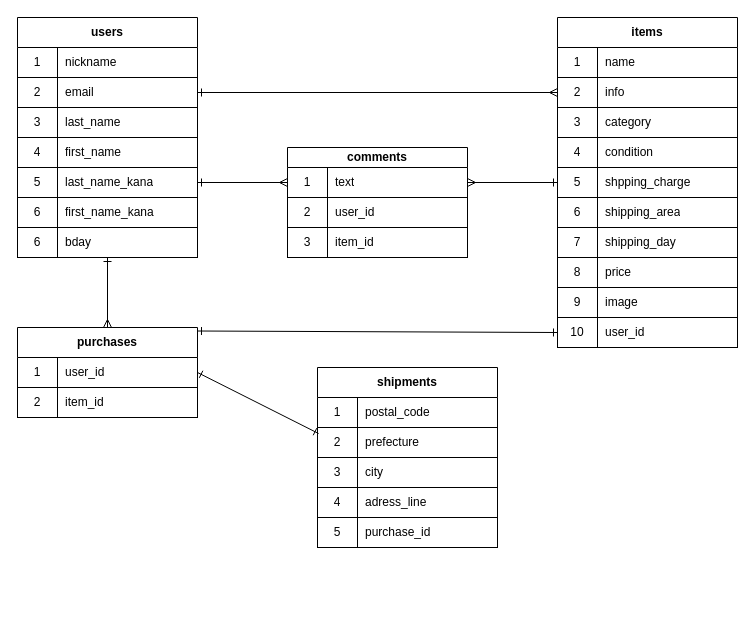
Earlier version of the draw.io diagram furima_er.drawio (yuu-a113/furima-33462). Source tidied: cells renumbered, new cells numbered last; positions are measured from the earlier drawing's top-left corner, leaving out a move shared by most shapes. Both pictures are drawn from the tidied source at 100%, with x=0, y=0 at pixel (17, 17).
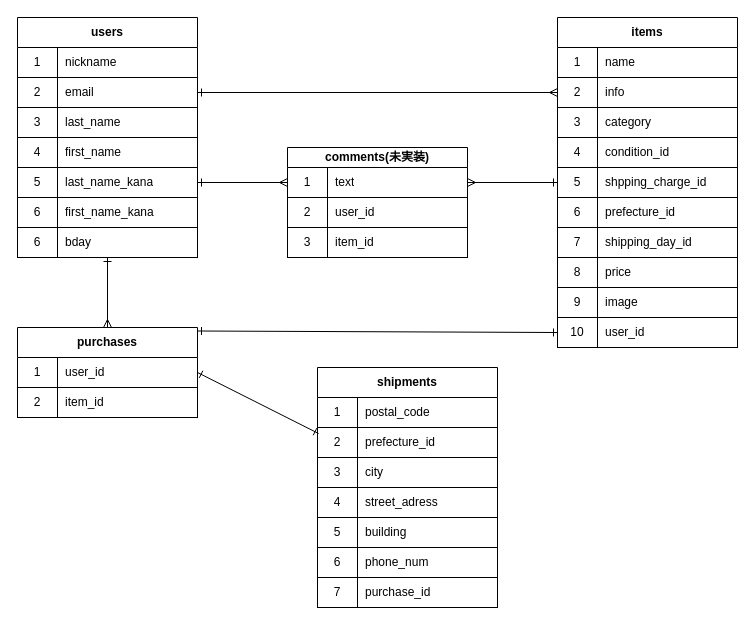
The same page after the edit.

The change refers to these unchanged cells:
```xml
<mxCell id="34" style="shape=partialRectangle;html=1;whiteSpace=wrap;fillColor=none;top=0;left=0;bottom=1;right=0;" parent="24" vertex="1">
  <mxGeometry y="120" width="180" height="30" as="geometry" />
</mxCell>
<mxCell id="37" style="shape=partialRectangle;html=1;whiteSpace=wrap;fillColor=none;top=0;left=0;bottom=1;right=0;points=[[0,0.5],[1,0.5]];portConstraint=eastwest;" parent="24" vertex="1">
  <mxGeometry y="150" width="180" height="30" as="geometry" />
</mxCell>
<mxCell id="40" style="shape=partialRectangle;html=1;whiteSpace=wrap;fillColor=none;top=0;left=0;bottom=1;right=0;" parent="24" vertex="1">
  <mxGeometry y="180" width="180" height="30" as="geometry" />
</mxCell>
<mxCell id="43" style="shape=partialRectangle;html=1;whiteSpace=wrap;fillColor=none;top=0;left=0;bottom=1;right=0;" parent="24" vertex="1">
  <mxGeometry y="210" width="180" height="30" as="geometry" />
</mxCell>
<mxCell id="66" style="shape=partialRectangle;html=1;whiteSpace=wrap;fillColor=none;top=0;left=0;bottom=1;right=0;points=[[0,0.5],[1,0.5]];portConstraint=eastwest;" parent="62" vertex="1">
  <mxGeometry y="60" width="180" height="30" as="geometry" />
</mxCell>
<mxCell id="72" style="shape=partialRectangle;html=1;whiteSpace=wrap;fillColor=none;top=0;left=0;bottom=1;right=0;" parent="62" vertex="1">
  <mxGeometry y="120" width="180" height="30" as="geometry" />
</mxCell>
<mxCell id="75" style="shape=partialRectangle;html=1;whiteSpace=wrap;fillColor=none;top=0;left=0;bottom=1;right=0;" parent="62" vertex="1">
  <mxGeometry y="150" width="180" height="30" as="geometry" />
</mxCell>
```

The edit, as a diff of the source:
```diff
@@
-    <mxCell id="36" value="condition" style="shape=partialRectangle;html=1;whiteSpace=wrap;fillColor=none;top=0;left=0;bottom=0;right=0;align=left;spacingLeft=6;overflow=hidden;" parent="34" vertex="1">
+    <mxCell id="36" value="condition_id" style="shape=partialRectangle;html=1;whiteSpace=wrap;fillColor=none;top=0;left=0;bottom=0;right=0;align=left;spacingLeft=6;overflow=hidden;" parent="34" vertex="1">
       <mxGeometry x="40" width="140" height="30" as="geometry" />
     </mxCell>
@@
-    <mxCell id="39" value="shpping_charge" style="shape=partialRectangle;html=1;whiteSpace=wrap;fillColor=none;top=0;left=0;bottom=0;right=0;align=left;spacingLeft=6;overflow=hidden;" parent="37" vertex="1">
+    <mxCell id="39" value="shpping_charge_id" style="shape=partialRectangle;html=1;whiteSpace=wrap;fillColor=none;top=0;left=0;bottom=0;right=0;align=left;spacingLeft=6;overflow=hidden;" parent="37" vertex="1">
       <mxGeometry x="40" width="140" height="30" as="geometry" />
     </mxCell>
@@
-    <mxCell id="42" value="shipping_area" style="shape=partialRectangle;html=1;whiteSpace=wrap;fillColor=none;top=0;left=0;bottom=0;right=0;align=left;spacingLeft=6;overflow=hidden;" parent="40" vertex="1">
+    <mxCell id="42" value="prefecture_id" style="shape=partialRectangle;html=1;whiteSpace=wrap;fillColor=none;top=0;left=0;bottom=0;right=0;align=left;spacingLeft=6;overflow=hidden;" parent="40" vertex="1">
       <mxGeometry x="40" width="140" height="30" as="geometry" />
     </mxCell>
@@
-    <mxCell id="45" value="shipping_day" style="shape=partialRectangle;html=1;whiteSpace=wrap;fillColor=none;top=0;left=0;bottom=0;right=0;align=left;spacingLeft=6;overflow=hidden;" parent="43" vertex="1">
+    <mxCell id="45" value="shipping_day_id" style="shape=partialRectangle;html=1;whiteSpace=wrap;fillColor=none;top=0;left=0;bottom=0;right=0;align=left;spacingLeft=6;overflow=hidden;" parent="43" vertex="1">
       <mxGeometry x="40" width="140" height="30" as="geometry" />
     </mxCell>
@@
     <mxCell id="62" value="shipments" style="shape=table;html=1;whiteSpace=wrap;startSize=30;childLayout=tableLayout;rowLines=0;fontStyle=1;align=center;" parent="1" vertex="1">
-      <mxGeometry x="300" y="350" width="180" height="180" as="geometry" />
+      <mxGeometry x="300" y="350" width="180" height="240" as="geometry" />
     </mxCell>
@@
-    <mxCell id="68" value="prefecture" style="shape=partialRectangle;html=1;whiteSpace=wrap;fillColor=none;top=0;left=0;bottom=0;right=0;align=left;spacingLeft=6;overflow=hidden;" parent="66" vertex="1">
+    <mxCell id="68" value="prefecture_id" style="shape=partialRectangle;html=1;whiteSpace=wrap;fillColor=none;top=0;left=0;bottom=0;right=0;align=left;spacingLeft=6;overflow=hidden;" parent="66" vertex="1">
       <mxGeometry x="40" width="140" height="30" as="geometry" />
     </mxCell>
@@
-    <mxCell id="74" value="adress_line" style="shape=partialRectangle;html=1;whiteSpace=wrap;fillColor=none;top=0;left=0;bottom=0;right=0;align=left;spacingLeft=6;overflow=hidden;" parent="72" vertex="1">
+    <mxCell id="74" value="street_adress" style="shape=partialRectangle;html=1;whiteSpace=wrap;fillColor=none;top=0;left=0;bottom=0;right=0;align=left;spacingLeft=6;overflow=hidden;" parent="72" vertex="1">
       <mxGeometry x="40" width="140" height="30" as="geometry" />
     </mxCell>
@@
-    <mxCell id="77" value="purchase_id" style="shape=partialRectangle;html=1;whiteSpace=wrap;fillColor=none;top=0;left=0;bottom=0;right=0;align=left;spacingLeft=6;overflow=hidden;" parent="75" vertex="1">
+    <mxCell id="77" value="building" style="shape=partialRectangle;html=1;whiteSpace=wrap;fillColor=none;top=0;left=0;bottom=0;right=0;align=left;spacingLeft=6;overflow=hidden;" parent="75" vertex="1">
       <mxGeometry x="40" width="140" height="30" as="geometry" />
     </mxCell>
+    <mxCell id="94" style="shape=partialRectangle;html=1;whiteSpace=wrap;fillColor=none;top=0;left=0;bottom=1;right=0;" parent="62" vertex="1">
+      <mxGeometry y="180" width="180" height="30" as="geometry" />
+    </mxCell>
+    <mxCell id="95" value="6" style="shape=partialRectangle;html=1;whiteSpace=wrap;fillColor=none;top=0;left=0;bottom=0;right=0;overflow=hidden;" parent="94" vertex="1">
+      <mxGeometry width="40" height="30" as="geometry" />
+    </mxCell>
+    <mxCell id="96" value="phone_num" style="shape=partialRectangle;html=1;whiteSpace=wrap;fillColor=none;top=0;left=0;bottom=0;right=0;align=left;spacingLeft=6;overflow=hidden;" parent="94" vertex="1">
+      <mxGeometry x="40" width="140" height="30" as="geometry" />
+    </mxCell>
+    <mxCell id="97" style="shape=partialRectangle;html=1;whiteSpace=wrap;fillColor=none;top=0;left=0;bottom=1;right=0;" parent="62" vertex="1">
+      <mxGeometry y="210" width="180" height="30" as="geometry" />
+    </mxCell>
+    <mxCell id="98" value="7" style="shape=partialRectangle;html=1;whiteSpace=wrap;fillColor=none;top=0;left=0;bottom=0;right=0;overflow=hidden;" parent="97" vertex="1">
+      <mxGeometry width="40" height="30" as="geometry" />
+    </mxCell>
+    <mxCell id="99" value="purchase_id" style="shape=partialRectangle;html=1;whiteSpace=wrap;fillColor=none;top=0;left=0;bottom=0;right=0;align=left;spacingLeft=6;overflow=hidden;" parent="97" vertex="1">
+      <mxGeometry x="40" width="140" height="30" as="geometry" />
+    </mxCell>
-    <mxCell id="78" value="comments" style="shape=table;html=1;whiteSpace=wrap;startSize=20;childLayout=tableLayout;rowLines=0;fontStyle=1;align=center;" parent="1" vertex="1">
+    <mxCell id="78" value="comments(未実装)" style="shape=table;html=1;whiteSpace=wrap;startSize=20;childLayout=tableLayout;rowLines=0;fontStyle=1;align=center;" parent="1" vertex="1">
       <mxGeometry x="270" y="130" width="180" height="110" as="geometry" />
     </mxCell>
```
